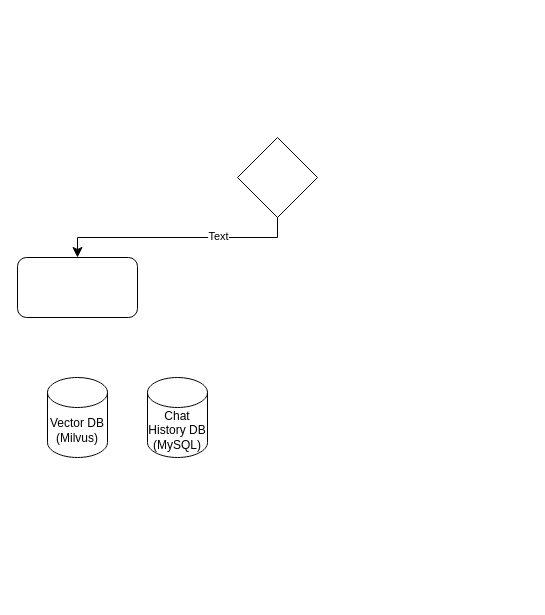
hizak/draw.io keeps this draw.io diagram as Untitled Diagram.drawio. Above is the earlier version. Source tidied: cells renumbered, new cells numbered last; positions are measured from the earlier drawing's top-left corner, leaving out a move shared by most shapes. Both pictures are drawn from the tidied source at 100%, with x=0, y=0 at pixel (17, 137).
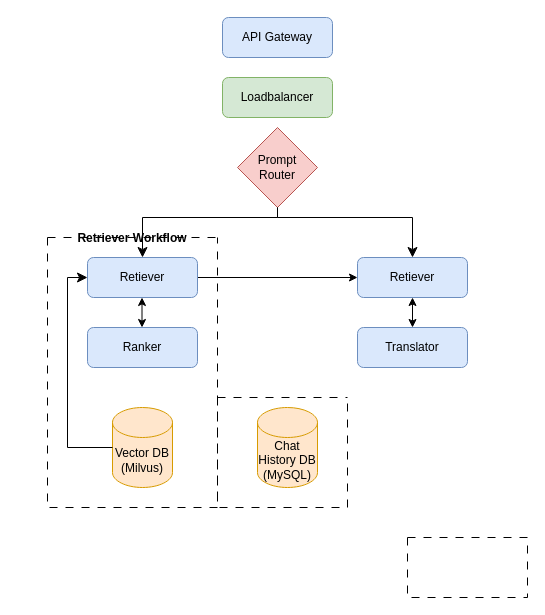
After the change.

Commit message:
Allam Architecture & Workflow.drawio

Diff of the diagram source:
```diff
@@
+    <mxCell id="8" style="edgeStyle=orthogonalEdgeStyle;rounded=0;jettySize=auto;html=1;entryX=0;entryY=0.5;entryDx=0;entryDy=0;" parent="1" edge="1" source="2" target="13">
+      <mxGeometry relative="1" as="geometry" />
+    </mxCell>
-    <mxCell id="2" style="rounded=1;whiteSpace=wrap;html=1;" parent="1" vertex="1">
-      <mxGeometry y="120" width="120" height="60" as="geometry" />
+    <mxCell id="2" value="Retiever" style="rounded=1;whiteSpace=wrap;html=1;fillColor=#dae8fc;strokeColor=#6c8ebf;" parent="1" vertex="1">
+      <mxGeometry x="70" y="120" width="110" height="40" as="geometry" />
     </mxCell>
-    <mxCell id="3" style="rhombus;whiteSpace=wrap;html=1;" parent="1" vertex="1">
-      <mxGeometry x="220" width="80" height="80" as="geometry" />
+    <mxCell id="3" value="Prompt Router" style="rhombus;whiteSpace=wrap;html=1;fillColor=#f8cecc;strokeColor=#b85450;" parent="1" vertex="1">
+      <mxGeometry x="220" y="-10" width="80" height="80" as="geometry" />
     </mxCell>
     <mxCell id="4" style="edgeStyle=segmentEdgeStyle;endArrow=classic;html=1;curved=0;rounded=0;endSize=8;startSize=8;exitX=0.5;exitY=1;exitDx=0;exitDy=0;entryX=0.5;entryY=0;entryDx=0;entryDy=0;" parent="1" edge="1" source="3" target="2">
       <mxGeometry relative="1" as="geometry">
         <Array as="points">
-          <mxPoint x="60" y="100" />
+          <mxPoint x="125" y="80" />
         </Array>
       </mxGeometry>
     </mxCell>
-    <mxCell id="5" value="Text" style="edgeLabel;html=1;align=center;verticalAlign=middle;" parent="4" vertex="1">
-      <mxGeometry x="-0.33" y="-2" relative="1" as="geometry" />
-    </mxCell>
-    <mxCell id="6" value="Vector DB (Milvus)" style="shape=cylinder3;whiteSpace=wrap;html=1;boundedLbl=1;backgroundOutline=1;size=15;" parent="1" vertex="1">
-      <mxGeometry x="30" y="240" width="60" height="80" as="geometry" />
+    <mxCell id="6" value="Vector DB (Milvus)" style="shape=cylinder3;whiteSpace=wrap;html=1;boundedLbl=1;backgroundOutline=1;size=15;fillColor=#ffe6cc;strokeColor=#d79b00;" parent="1" vertex="1">
+      <mxGeometry x="95" y="270" width="60" height="80" as="geometry" />
     </mxCell>
-    <mxCell id="7" value="Chat History DB (MySQL)" style="shape=cylinder3;whiteSpace=wrap;html=1;boundedLbl=1;backgroundOutline=1;size=15;" parent="1" vertex="1">
-      <mxGeometry x="130" y="240" width="60" height="80" as="geometry" />
+    <mxCell id="7" value="Chat History DB (MySQL)" style="shape=cylinder3;whiteSpace=wrap;html=1;boundedLbl=1;backgroundOutline=1;size=15;fillColor=#ffe6cc;strokeColor=#d79b00;shadow=0;" parent="1" vertex="1">
+      <mxGeometry x="240" y="270" width="60" height="80" as="geometry" />
     </mxCell>
+    <mxCell id="9" style="edgeStyle=orthogonalEdgeStyle;rounded=0;orthogonalLoop=1;jettySize=auto;html=1;exitX=0.5;exitY=1;exitDx=0;exitDy=0;" parent="1" edge="1" source="2" target="2">
+      <mxGeometry relative="1" as="geometry" />
+    </mxCell>
+    <mxCell id="10" value="Ranker" style="rounded=1;whiteSpace=wrap;html=1;fillColor=#dae8fc;strokeColor=#6c8ebf;" parent="1" vertex="1">
+      <mxGeometry x="70" y="190" width="110" height="40" as="geometry" />
+    </mxCell>
+    <mxCell id="11" value="Loadbalancer" style="rounded=1;whiteSpace=wrap;html=1;fillColor=#d5e8d4;strokeColor=#82b366;" parent="1" vertex="1">
+      <mxGeometry x="205" y="-60" width="110" height="40" as="geometry" />
+    </mxCell>
+    <mxCell id="12" value="API Gateway" style="rounded=1;whiteSpace=wrap;html=1;fillColor=#dae8fc;strokeColor=#6c8ebf;" parent="1" vertex="1">
+      <mxGeometry x="205" y="-120" width="110" height="40" as="geometry" />
+    </mxCell>
+    <mxCell id="13" value="Retiever" style="rounded=1;whiteSpace=wrap;html=1;fillColor=#dae8fc;strokeColor=#6c8ebf;" parent="1" vertex="1">
+      <mxGeometry x="340" y="120" width="110" height="40" as="geometry" />
+    </mxCell>
+    <mxCell id="14" value="Translator" style="rounded=1;whiteSpace=wrap;html=1;fillColor=#dae8fc;strokeColor=#6c8ebf;" parent="1" vertex="1">
+      <mxGeometry x="340" y="190" width="110" height="40" as="geometry" />
+    </mxCell>
+    <mxCell id="15" style="edgeStyle=segmentEdgeStyle;endArrow=classic;html=1;curved=0;rounded=0;endSize=8;startSize=8;exitX=0.5;exitY=1;exitDx=0;exitDy=0;entryX=0.5;entryY=0;entryDx=0;entryDy=0;" parent="1" edge="1" source="3" target="13">
+      <mxGeometry relative="1" as="geometry">
+        <Array as="points">
+          <mxPoint x="260" y="80" />
+          <mxPoint x="395" y="80" />
+        </Array>
+      </mxGeometry>
+    </mxCell>
+    <mxCell id="16" style="endArrow=classic;startArrow=classic;html=1;rounded=0;" parent="1" edge="1">
+      <mxGeometry relative="1" as="geometry">
+        <mxPoint x="124.5" y="190" as="sourcePoint" />
+        <mxPoint x="124.5" y="160" as="targetPoint" />
+      </mxGeometry>
+    </mxCell>
+    <mxCell id="17" style="endArrow=classic;startArrow=classic;html=1;rounded=0;entryX=0.5;entryY=1;entryDx=0;entryDy=0;exitX=0.5;exitY=0;exitDx=0;exitDy=0;" parent="1" edge="1" source="14" target="13">
+      <mxGeometry relative="1" as="geometry" />
+    </mxCell>
+    <mxCell id="18" value="Retriever Workflow" style="swimlane;startSize=0;dashed=1;dashPattern=8 8;" parent="1" vertex="1">
+      <mxGeometry x="30" y="100" width="170" height="270" as="geometry" />
+    </mxCell>
+    <mxCell id="19" style="edgeStyle=elbowEdgeStyle;elbow=horizontal;endArrow=none;html=1;curved=0;rounded=0;endSize=8;startSize=8;exitX=0;exitY=0.5;exitDx=0;exitDy=0;startArrow=classic;startFill=1;endFill=0;" parent="1" edge="1" source="2" target="6">
+      <mxGeometry relative="1" as="geometry">
+        <Array as="points">
+          <mxPoint x="50" y="190" />
+          <mxPoint x="50" y="260" />
+        </Array>
+      </mxGeometry>
+    </mxCell>
+    <mxCell id="20" style="swimlane;startSize=0;dashed=1;dashPattern=8 8;swimlaneLine=1;gradientColor=default;swimlaneFillColor=none;fillColor=default;" parent="1" vertex="1">
+      <mxGeometry x="200" y="260" width="130" height="110" as="geometry" />
+    </mxCell>
+    <mxCell id="21" style="rounded=0;whiteSpace=wrap;html=1;dashed=1;dashPattern=8 8;fillColor=none;perimeterSpacing=0;" parent="1" vertex="1">
+      <mxGeometry x="390" y="400" width="120" height="60" as="geometry" />
+    </mxCell>
```
